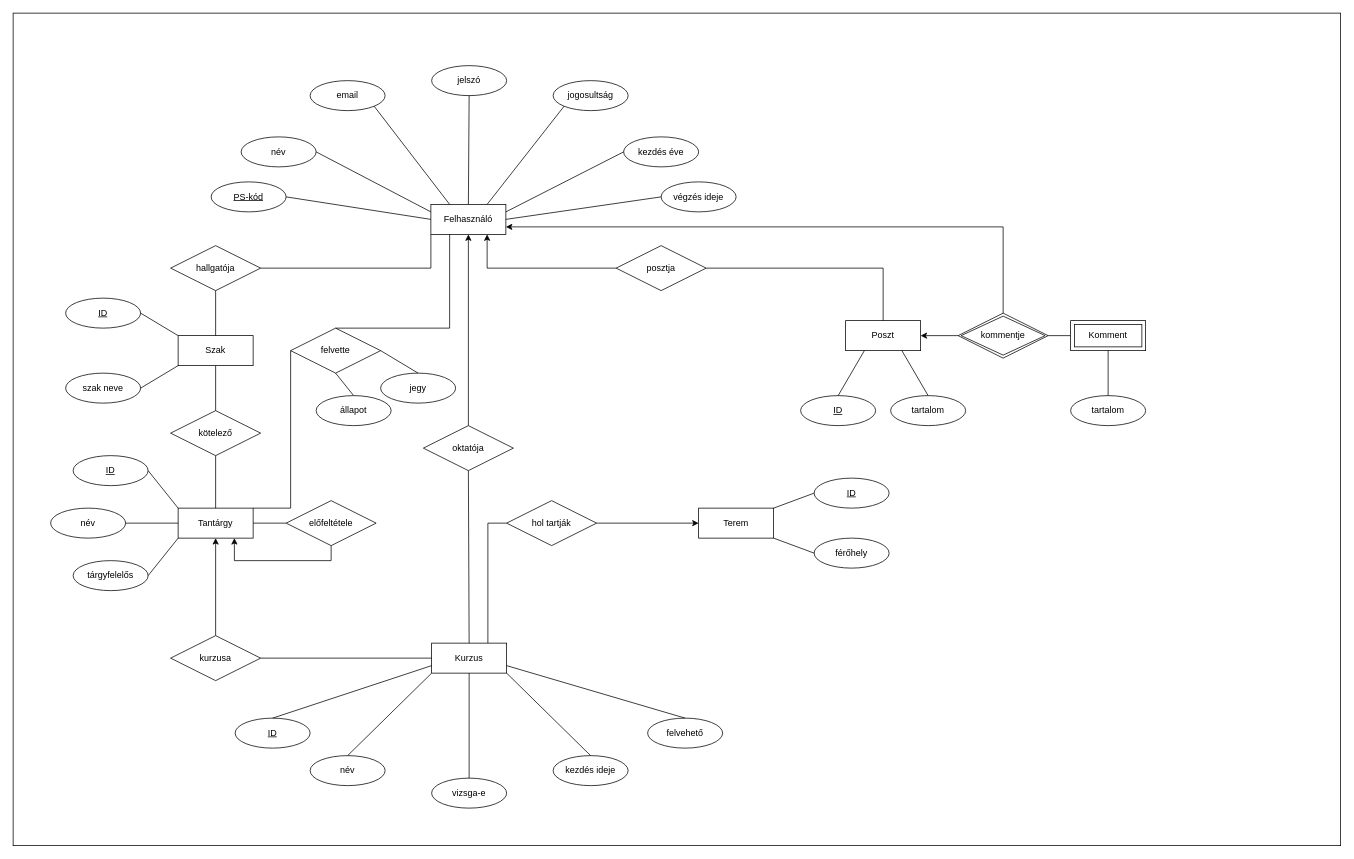
The draw.io diagram docs/Poseidon_E-K.drawio in galj03/poseidon-etr, before the edit. Source tidied: cells renumbered, new cells numbered last; positions are measured from the earlier drawing's top-left corner, leaving out a move shared by most shapes. Both pictures are drawn from the tidied source at 75%, with x=0, y=0 at pixel (13, 13).
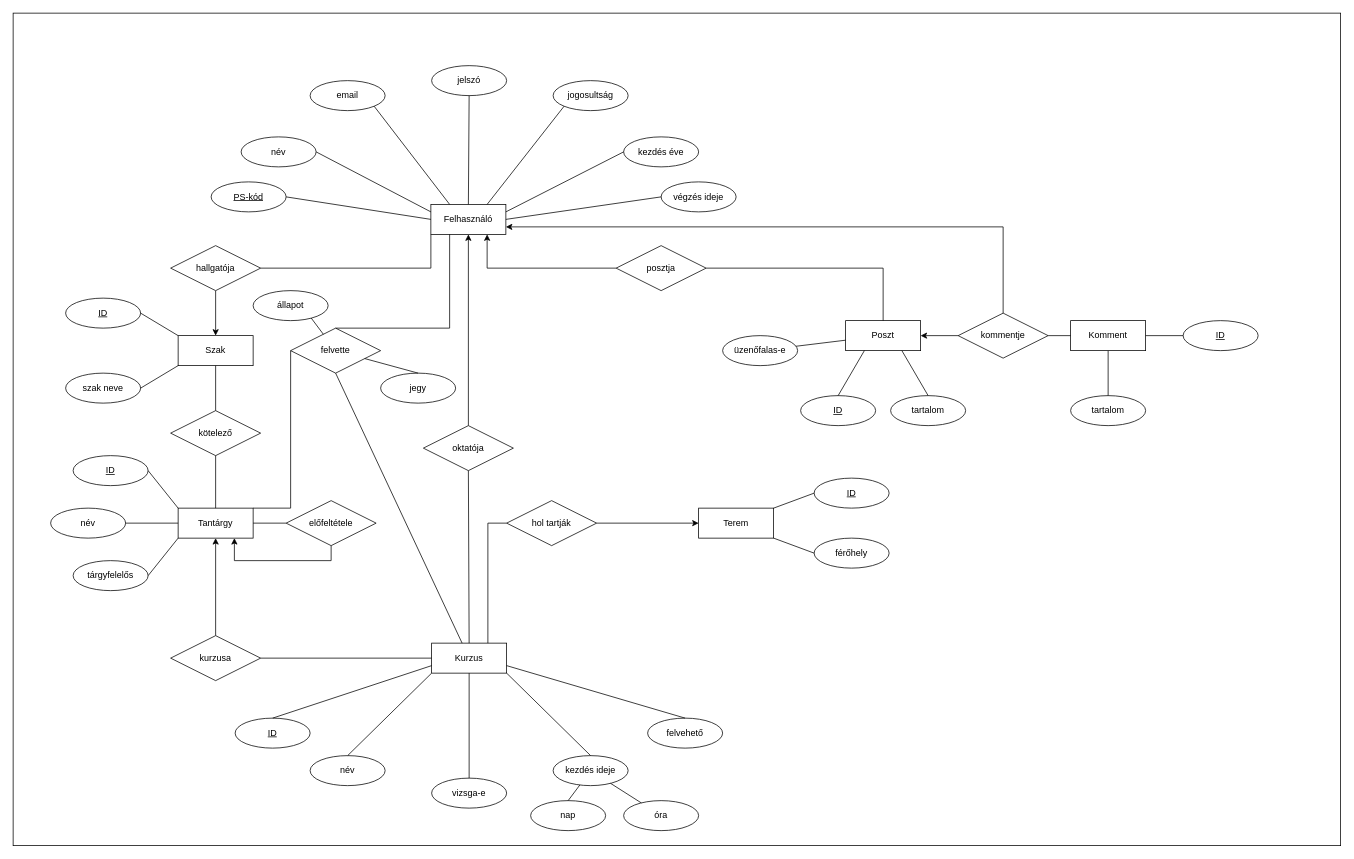
After the change.

Unchanged cells that the change refers to:
```xml
<mxCell id="5" value="Szak" style="whiteSpace=wrap;html=1;align=center;" parent="1" vertex="1">
  <mxGeometry x="220" y="430" width="100" height="40" as="geometry" />
</mxCell>
<mxCell id="6" value="Kurzus" style="whiteSpace=wrap;html=1;align=center;" parent="1" vertex="1">
  <mxGeometry x="558" y="840" width="100" height="40" as="geometry" />
</mxCell>
<mxCell id="31" value="kezdés ideje" style="ellipse;whiteSpace=wrap;html=1;align=center;" parent="1" vertex="1">
  <mxGeometry x="720" y="990" width="100" height="40" as="geometry" />
</mxCell>
<mxCell id="53" value="felvette" style="shape=rhombus;perimeter=rhombusPerimeter;whiteSpace=wrap;html=1;align=center;" parent="1" vertex="1">
  <mxGeometry x="370" y="420" width="120" height="60" as="geometry" />
</mxCell>
<mxCell id="60" value="hallgatója" style="shape=rhombus;perimeter=rhombusPerimeter;whiteSpace=wrap;html=1;align=center;" parent="1" vertex="1">
  <mxGeometry x="210" y="310" width="120" height="60" as="geometry" />
</mxCell>
<mxCell id="68" value="jegy" style="ellipse;whiteSpace=wrap;html=1;align=center;" parent="1" vertex="1">
  <mxGeometry x="490" y="480" width="100" height="40" as="geometry" />
</mxCell>
<mxCell id="70" value="Poszt" style="whiteSpace=wrap;html=1;align=center;" parent="1" vertex="1">
  <mxGeometry x="1110" y="410" width="100" height="40" as="geometry" />
</mxCell>
<mxCell id="82" value="tartalom" style="ellipse;whiteSpace=wrap;html=1;align=center;" parent="1" vertex="1">
  <mxGeometry x="1410" y="510" width="100" height="40" as="geometry" />
</mxCell>
```

Change to the diagram source:
```diff
@@
-    <mxCell id="55" style="endArrow=none;html=1;rounded=0;exitX=0.5;exitY=1;exitDx=0;exitDy=0;entryX=0.5;entryY=0;entryDx=0;entryDy=0;" parent="1" edge="1" source="53" target="56">
+    <mxCell id="55" style="endArrow=none;html=1;rounded=0;entryX=0.5;entryY=0;entryDx=0;entryDy=0;" parent="1" edge="1" source="53" target="56">
       <mxGeometry relative="1" as="geometry" />
     </mxCell>
     <mxCell id="56" value="állapot" style="ellipse;whiteSpace=wrap;html=1;align=center;" parent="1" vertex="1">
-      <mxGeometry x="404" y="510" width="100" height="40" as="geometry" />
+      <mxGeometry x="320" y="370" width="100" height="40" as="geometry" />
     </mxCell>
@@
+    <mxCell id="61" style="edgeStyle=orthogonalEdgeStyle;rounded=0;jettySize=auto;html=1;" parent="1" edge="1" source="60" target="5">
+      <mxGeometry relative="1" as="geometry" />
+    </mxCell>
@@
-    <mxCell id="61" style="endArrow=none;html=1;rounded=0;entryX=0.5;entryY=0;entryDx=0;entryDy=0;exitX=0.5;exitY=1;exitDx=0;exitDy=0;" parent="1" edge="1" source="60" target="5">
-      <mxGeometry relative="1" as="geometry" />
-    </mxCell>
@@
-    <mxCell id="69" style="endArrow=none;html=1;rounded=0;exitX=1;exitY=0.5;exitDx=0;exitDy=0;entryX=0.5;entryY=0;entryDx=0;entryDy=0;" parent="1" edge="1" source="53" target="68">
+    <mxCell id="69" style="endArrow=none;html=1;rounded=0;entryX=0.5;entryY=0;entryDx=0;entryDy=0;" parent="1" edge="1" source="53" target="68">
       <mxGeometry relative="1" as="geometry" />
     </mxCell>
@@
-    <mxCell id="79" style="endArrow=none;html=1;rounded=0;exitX=1;exitY=0.5;exitDx=0;exitDy=0;entryX=0;entryY=0.5;entryDx=0;entryDy=0;" parent="1" edge="1" source="85" target="80">
-      <mxGeometry relative="1" as="geometry">
-        <Array as="points">
-          <mxPoint x="1380" y="430" />
-        </Array>
-      </mxGeometry>
-    </mxCell>
-    <mxCell id="80" value="Komment" style="shape=ext;margin=3;double=1;whiteSpace=wrap;html=1;align=center;" parent="1" vertex="1">
-      <mxGeometry x="1410" y="410" width="100" height="40" as="geometry" />
-    </mxCell>
@@
-    <mxCell id="83" style="endArrow=none;html=1;rounded=0;exitX=0.5;exitY=1;exitDx=0;exitDy=0;entryX=0.5;entryY=0;entryDx=0;entryDy=0;" parent="1" edge="1" source="80" target="82">
-      <mxGeometry relative="1" as="geometry" />
+    <mxCell id="83" style="endArrow=none;html=1;rounded=0;exitX=0.5;exitY=1;exitDx=0;exitDy=0;entryX=0.5;entryY=0;entryDx=0;entryDy=0;" parent="1" edge="1" target="82">
+      <mxGeometry relative="1" as="geometry">
+        <mxPoint x="1460" y="450" as="sourcePoint" />
+      </mxGeometry>
     </mxCell>
@@
+    <mxCell id="86" value="nap" style="ellipse;whiteSpace=wrap;html=1;align=center;" parent="1" vertex="1">
+      <mxGeometry x="690" y="1050" width="100" height="40" as="geometry" />
+    </mxCell>
+    <mxCell id="87" style="endArrow=none;html=1;rounded=0;exitX=0.5;exitY=0;exitDx=0;exitDy=0;" parent="1" edge="1" source="86" target="31">
+      <mxGeometry relative="1" as="geometry" />
+    </mxCell>
+    <mxCell id="88" value="óra" style="ellipse;whiteSpace=wrap;html=1;align=center;" parent="1" vertex="1">
+      <mxGeometry x="814" y="1050" width="100" height="40" as="geometry" />
+    </mxCell>
+    <mxCell id="89" style="endArrow=none;html=1;rounded=0;" parent="1" edge="1" source="88" target="31">
+      <mxGeometry relative="1" as="geometry" />
+    </mxCell>
+    <mxCell id="90" style="endArrow=none;html=1;rounded=0;exitX=0.5;exitY=1;exitDx=0;exitDy=0;" parent="1" edge="1" source="53" target="6">
+      <mxGeometry relative="1" as="geometry" />
+    </mxCell>
+    <mxCell id="91" value="üzenőfalas-e" style="ellipse;whiteSpace=wrap;html=1;align=center;" parent="1" vertex="1">
+      <mxGeometry x="946" y="430" width="100" height="40" as="geometry" />
+    </mxCell>
+    <mxCell id="92" style="endArrow=none;html=1;rounded=0;" parent="1" edge="1" source="70" target="91">
+      <mxGeometry relative="1" as="geometry" />
+    </mxCell>
-    <mxCell id="85" value="kommentje" style="shape=rhombus;double=1;perimeter=rhombusPerimeter;whiteSpace=wrap;html=1;align=center;" parent="1" vertex="1">
+    <mxCell id="85" value="kommentje" style="shape=rhombus;perimeter=rhombusPerimeter;whiteSpace=wrap;html=1;align=center;" parent="1" vertex="1">
       <mxGeometry x="1260" y="400" width="120" height="60" as="geometry" />
     </mxCell>
+    <mxCell id="80" value="Komment" style="whiteSpace=wrap;html=1;align=center;" parent="1" vertex="1">
+      <mxGeometry x="1410" y="410" width="100" height="40" as="geometry" />
+    </mxCell>
+    <mxCell id="93" style="endArrow=none;html=1;rounded=0;" parent="1" edge="1" source="80" target="85">
+      <mxGeometry relative="1" as="geometry" />
+    </mxCell>
+    <mxCell id="94" value="ID" style="ellipse;whiteSpace=wrap;html=1;align=center;fontStyle=4;" parent="1" vertex="1">
+      <mxGeometry x="1560" y="410" width="100" height="40" as="geometry" />
+    </mxCell>
+    <mxCell id="95" style="endArrow=none;html=1;rounded=0;" parent="1" edge="1" source="80" target="94">
+      <mxGeometry relative="1" as="geometry" />
+    </mxCell>
```
